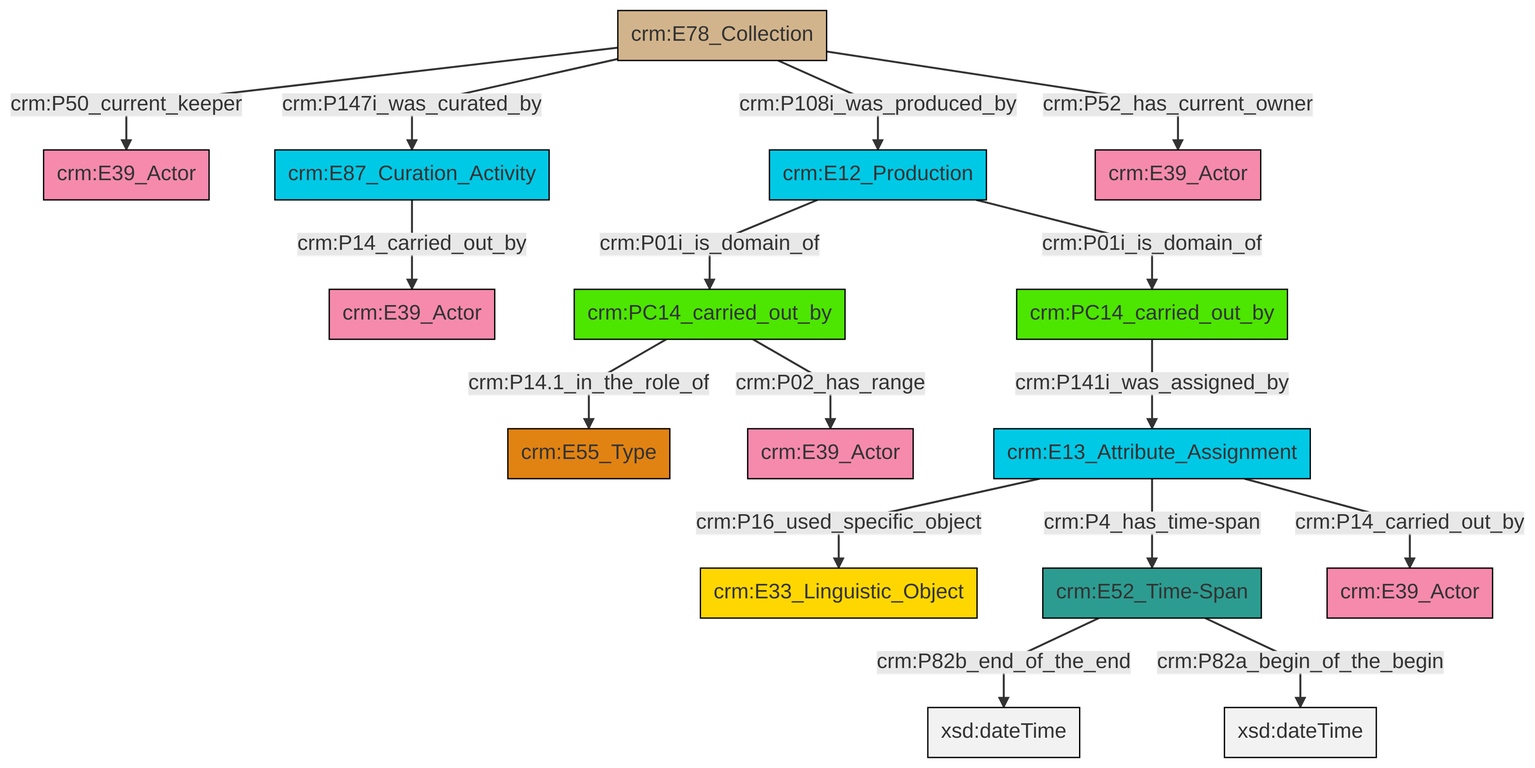
This is et/archivalCSV/ttl/mmd/png/archival_relation.png from swiss-art-research-net/docs.swissartresearch, a Mermaid export, as it was before one commit. Its source is kept beside it as et/archivalCSV/ttl/mmd/archival_relation.ttl.mmd.
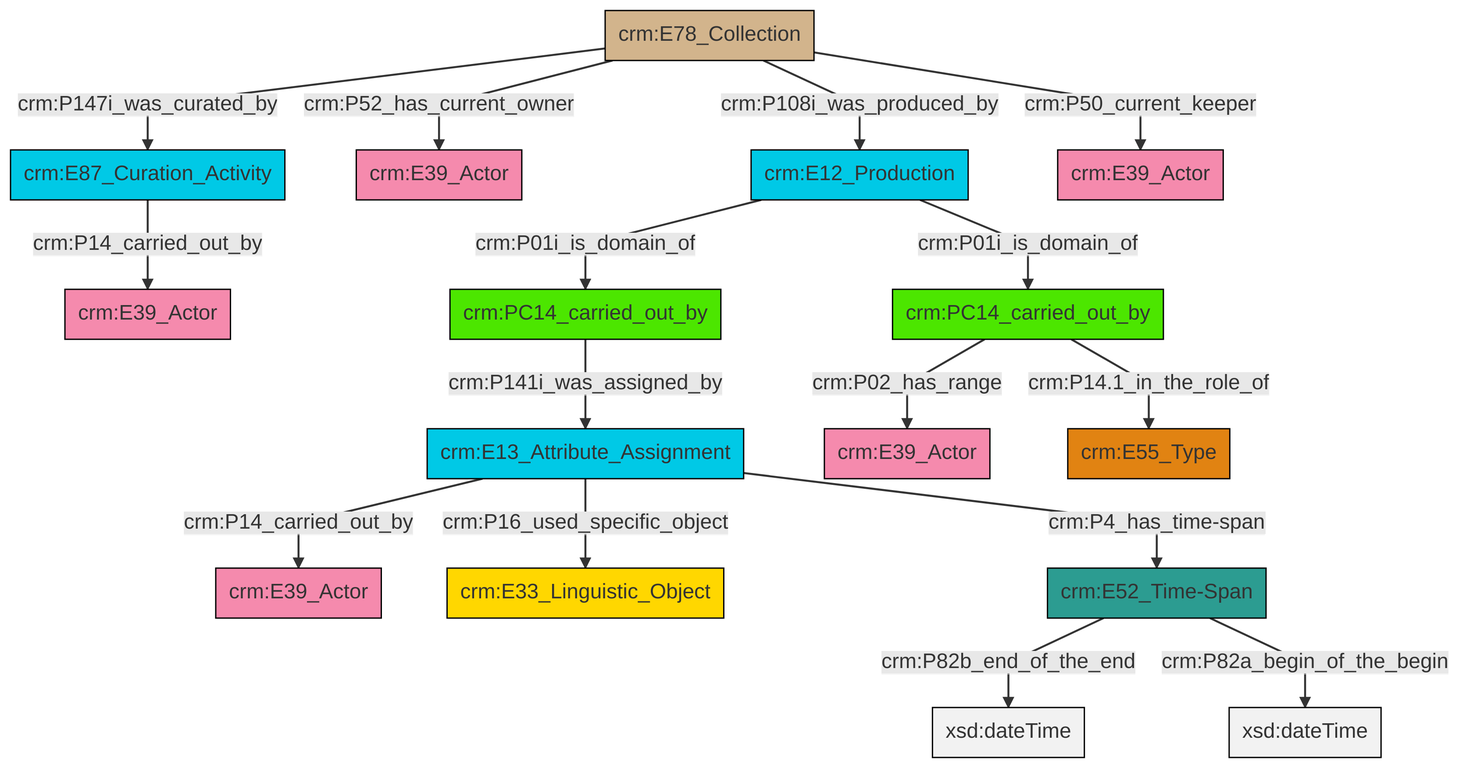
After the commit.

Diff of the diagram source:
```diff
@@ -13,18 +13,18 @@
 classDef PC_Classes fill:#4ce600, stroke:#000000;
 classDef Multi fill:#cccccc,stroke:#000000;
 
-4["crm:E78_Collection"]:::Physical_Thing -->|crm:P50_current_keeper| 5["crm:E39_Actor"]:::Actor
-8["crm:E52_Time-Span"]:::Time-Span -->|crm:P82b_end_of_the_end| 9[xsd:dateTime]:::Literal
-10["crm:PC14_carried_out_by"]:::PC_Classes -->|crm:P02_has_range| 11["crm:E39_Actor"]:::Actor
-13["crm:PC14_carried_out_by"]:::PC_Classes -->|crm:P141i_was_assigned_by| 14["crm:E13_Attribute_Assignment"]:::Temporal_Entity
-15["crm:E12_Production"]:::Temporal_Entity -->|crm:P01i_is_domain_of| 10["crm:PC14_carried_out_by"]:::PC_Classes
-4["crm:E78_Collection"]:::Physical_Thing -->|crm:P147i_was_curated_by| 16["crm:E87_Curation_Activity"]:::Temporal_Entity
-16["crm:E87_Curation_Activity"]:::Temporal_Entity -->|crm:P14_carried_out_by| 2["crm:E39_Actor"]:::Actor
-15["crm:E12_Production"]:::Temporal_Entity -->|crm:P01i_is_domain_of| 13["crm:PC14_carried_out_by"]:::PC_Classes
-10["crm:PC14_carried_out_by"]:::PC_Classes -->|crm:P14.1_in_the_role_of| 6["crm:E55_Type"]:::Type
-4["crm:E78_Collection"]:::Physical_Thing -->|crm:P52_has_current_owner| 22["crm:E39_Actor"]:::Actor
-4["crm:E78_Collection"]:::Physical_Thing -->|crm:P108i_was_produced_by| 15["crm:E12_Production"]:::Temporal_Entity
-14["crm:E13_Attribute_Assignment"]:::Temporal_Entity -->|crm:P4_has_time-span| 8["crm:E52_Time-Span"]:::Time-Span
-14["crm:E13_Attribute_Assignment"]:::Temporal_Entity -->|crm:P14_carried_out_by| 25["crm:E39_Actor"]:::Actor
-14["crm:E13_Attribute_Assignment"]:::Temporal_Entity -->|crm:P16_used_specific_object| 0["crm:E33_Linguistic_Object"]:::Conceptual_Object
-8["crm:E52_Time-Span"]:::Time-Span -->|crm:P82a_begin_of_the_begin| 28[xsd:dateTime]:::Literal
+0["crm:E13_Attribute_Assignment"]:::Temporal_Entity -->|crm:P14_carried_out_by| 1["crm:E39_Actor"]:::Actor
+2["crm:E87_Curation_Activity"]:::Temporal_Entity -->|crm:P14_carried_out_by| 3["crm:E39_Actor"]:::Actor
+0["crm:E13_Attribute_Assignment"]:::Temporal_Entity -->|crm:P16_used_specific_object| 6["crm:E33_Linguistic_Object"]:::Conceptual_Object
+11["crm:E78_Collection"]:::Physical_Thing -->|crm:P108i_was_produced_by| 12["crm:E12_Production"]:::Temporal_Entity
+0["crm:E13_Attribute_Assignment"]:::Temporal_Entity -->|crm:P4_has_time-span| 13["crm:E52_Time-Span"]:::Time-Span
+13["crm:E52_Time-Span"]:::Time-Span -->|crm:P82b_end_of_the_end| 14[xsd:dateTime]:::Literal
+15["crm:PC14_carried_out_by"]:::PC_Classes -->|crm:P141i_was_assigned_by| 0["crm:E13_Attribute_Assignment"]:::Temporal_Entity
+12["crm:E12_Production"]:::Temporal_Entity -->|crm:P01i_is_domain_of| 16["crm:PC14_carried_out_by"]:::PC_Classes
+16["crm:PC14_carried_out_by"]:::PC_Classes -->|crm:P14.1_in_the_role_of| 17["crm:E55_Type"]:::Type
+11["crm:E78_Collection"]:::Physical_Thing -->|crm:P50_current_keeper| 19["crm:E39_Actor"]:::Actor
+12["crm:E12_Production"]:::Temporal_Entity -->|crm:P01i_is_domain_of| 15["crm:PC14_carried_out_by"]:::PC_Classes
+11["crm:E78_Collection"]:::Physical_Thing -->|crm:P147i_was_curated_by| 2["crm:E87_Curation_Activity"]:::Temporal_Entity
+13["crm:E52_Time-Span"]:::Time-Span -->|crm:P82a_begin_of_the_begin| 27[xsd:dateTime]:::Literal
+16["crm:PC14_carried_out_by"]:::PC_Classes -->|crm:P02_has_range| 8["crm:E39_Actor"]:::Actor
+11["crm:E78_Collection"]:::Physical_Thing -->|crm:P52_has_current_owner| 4["crm:E39_Actor"]:::Actor
```
